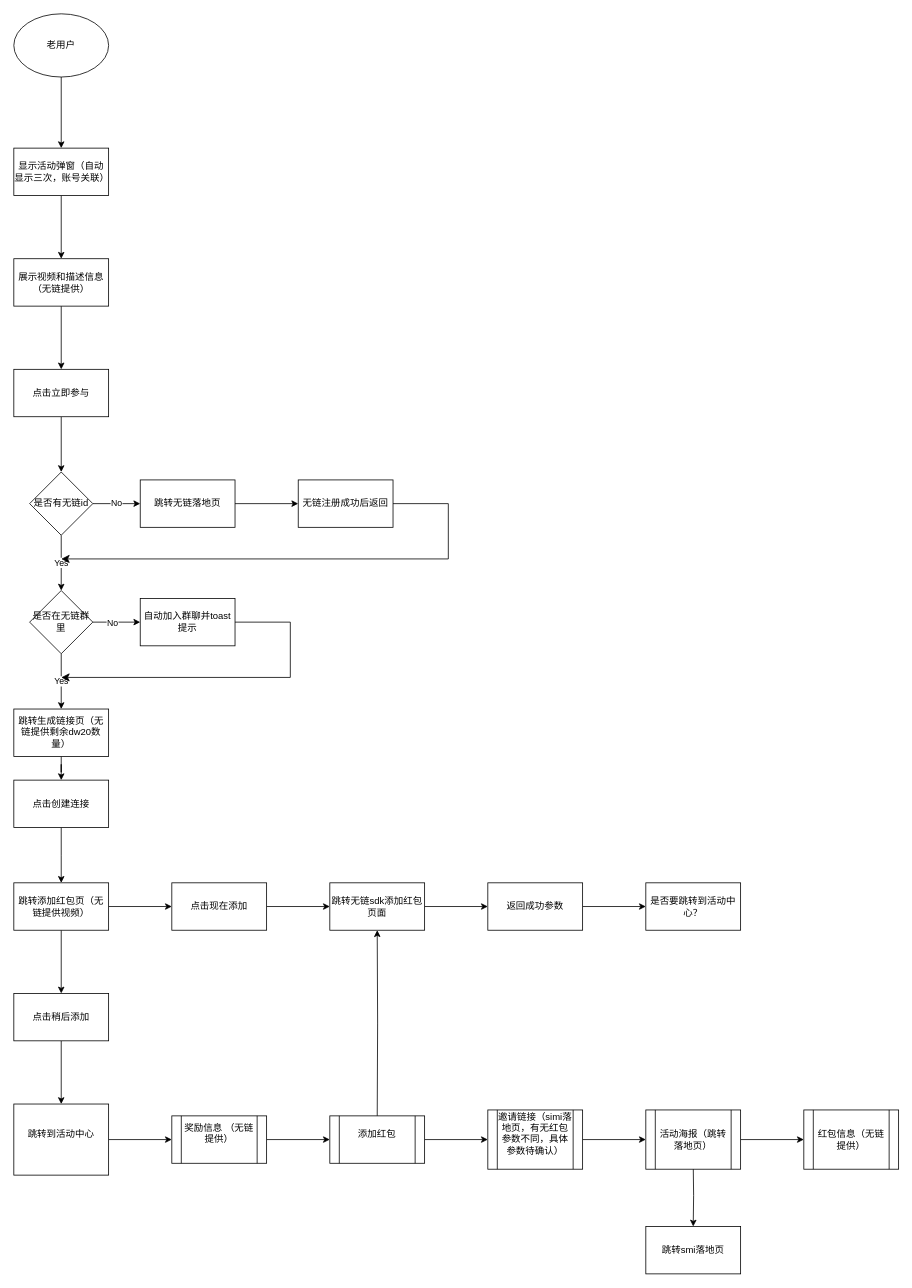
Above: page "Page-1" (1 of 3) of 未命名绘图.drawio in liylmn/drawio (draw.io), before the change. Source tidied: cells renumbered, new cells numbered last; positions are measured from the earlier drawing's top-left corner, leaving out a move shared by most shapes. Both pictures are drawn from the tidied source at 79%, with x=0, y=0 at pixel (13, 13).
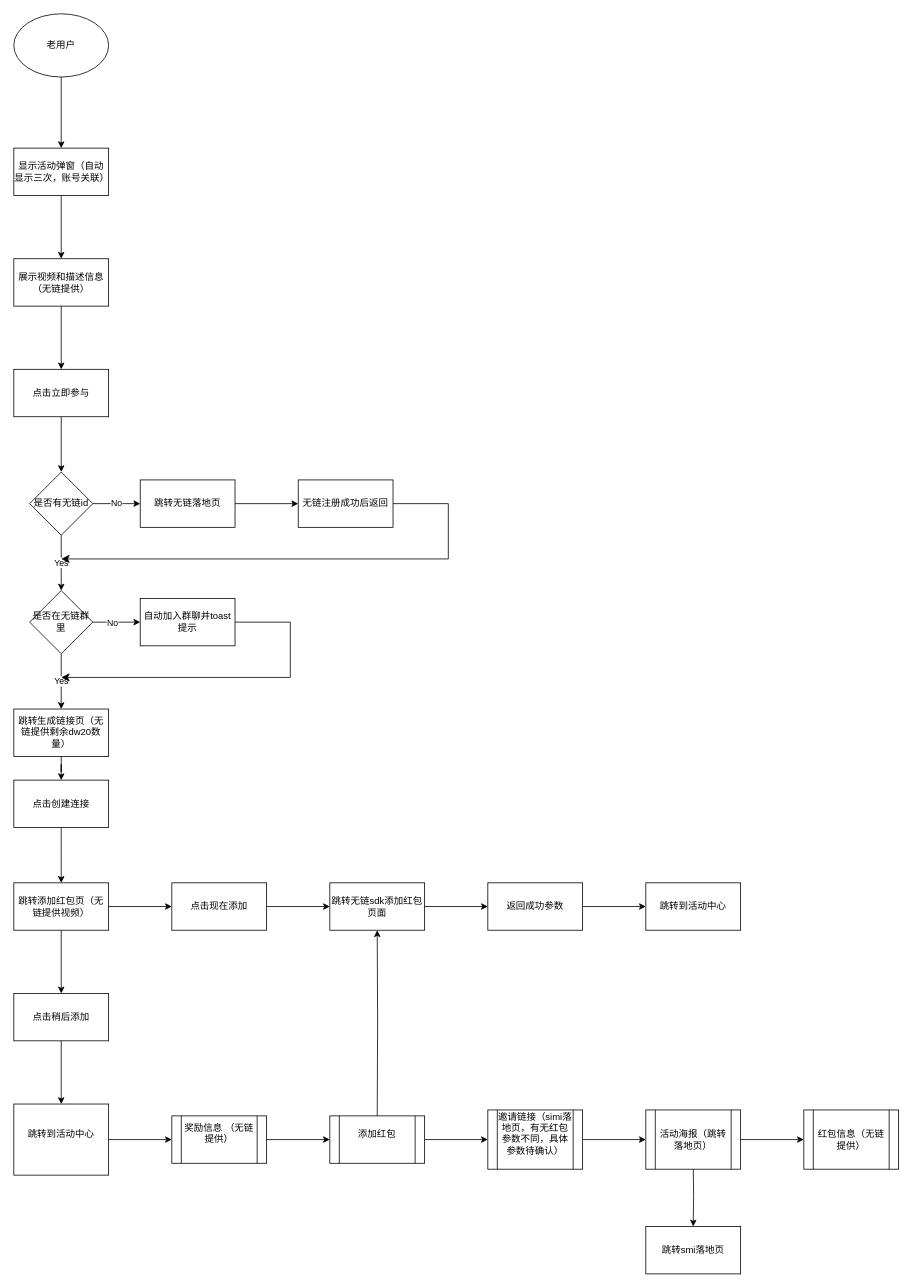
The same diagram, later.

Change to the diagram source:
```diff
@@
-    <mxCell id="31" value="是否要跳转到活动中心？" style="whiteSpace=wrap;html=1;" parent="1" vertex="1">
+    <mxCell id="31" value="跳转到活动中心" style="whiteSpace=wrap;html=1;" parent="1" vertex="1">
       <mxGeometry x="800" y="1100" width="120" height="60" as="geometry" />
     </mxCell>
```
